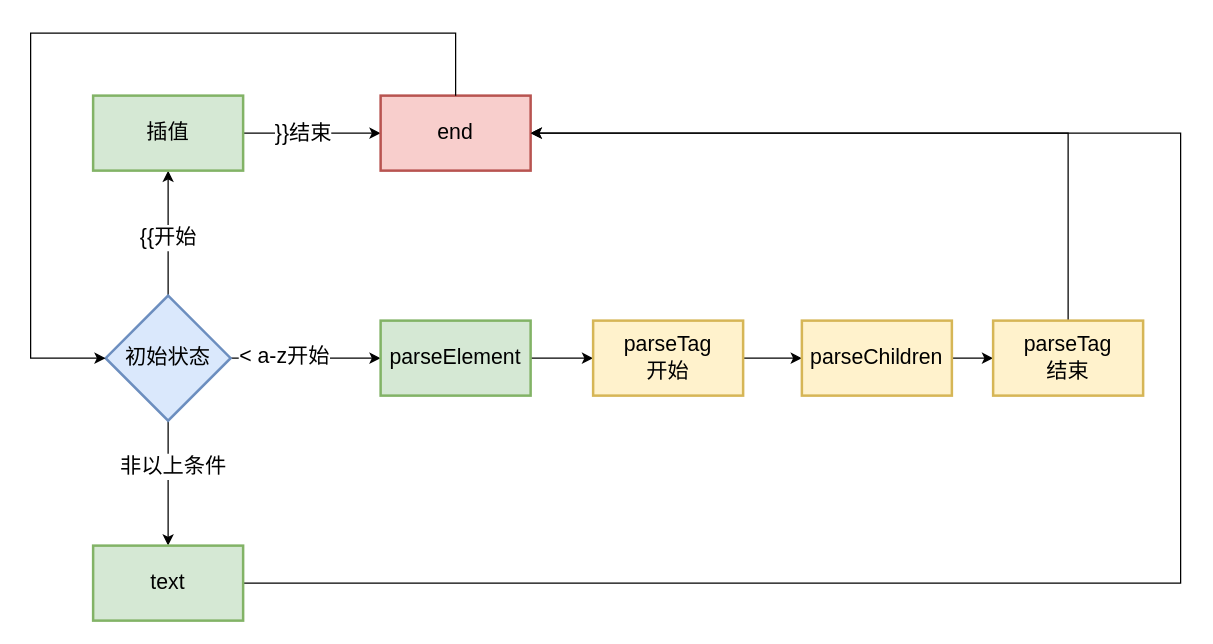
Before: fe/有限状态机.drawio in lorainwings/draw.io, a draw.io diagram. Source tidied: cells renumbered, new cells numbered last; positions are measured from the earlier drawing's top-left corner, leaving out a move shared by most shapes. Both pictures are drawn from the tidied source at 125%, with x=0, y=0 at pixel (30, 32).
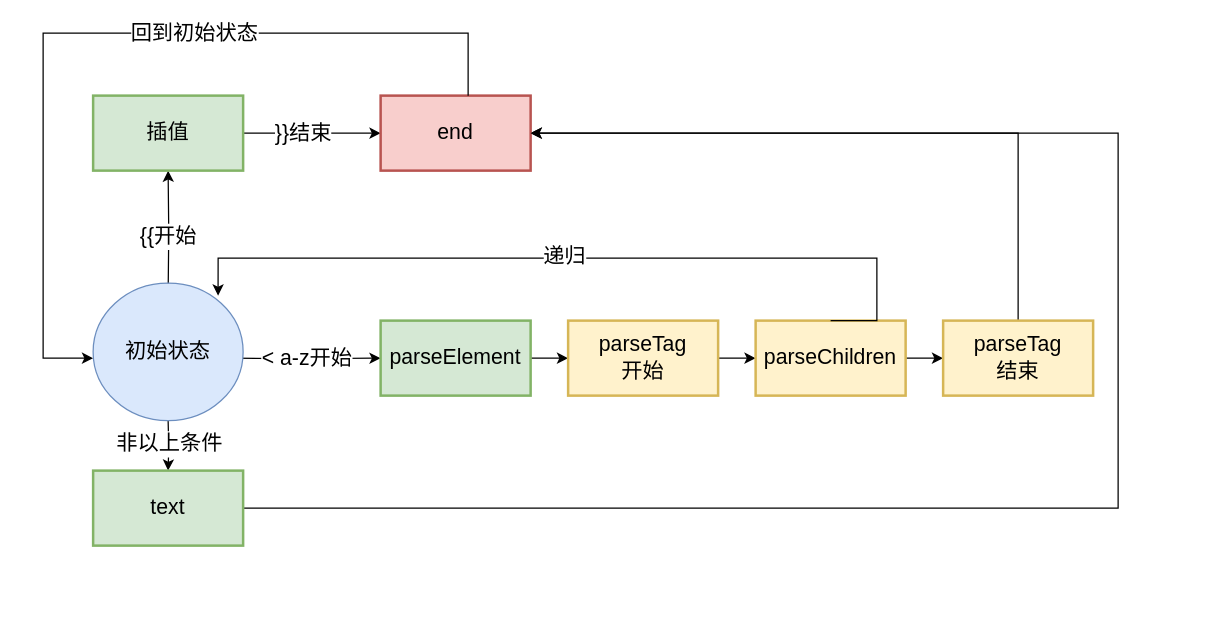
Above is the later version.

Commit message:
更新有限状态机.drawio

Unchanged cells that the change refers to:
```xml
<mxCell id="11" value="插值" style="whiteSpace=wrap;html=1;strokeWidth=2;fontSize=17;fillColor=#d5e8d4;strokeColor=#82b366;" parent="1" vertex="1">
  <mxGeometry x="50" y="50" width="120" height="60" as="geometry" />
</mxCell>
<mxCell id="14" value="end" style="whiteSpace=wrap;html=1;strokeWidth=2;fontSize=17;fillColor=#f8cecc;strokeColor=#b85450;" parent="1" vertex="1">
  <mxGeometry x="280" y="50" width="120" height="60" as="geometry" />
</mxCell>
<mxCell id="17" value="parseElement" style="whiteSpace=wrap;html=1;strokeWidth=2;fontSize=17;fillColor=#d5e8d4;strokeColor=#82b366;" parent="1" vertex="1">
  <mxGeometry x="280" y="230" width="120" height="60" as="geometry" />
</mxCell>
```

What changed in the source:
```diff
@@
-    <mxCell id="2" style="edgeStyle=orthogonalEdgeStyle;rounded=0;jettySize=auto;html=1;fontSize=17;" parent="1" edge="1" source="8" target="11">
-      <mxGeometry relative="1" as="geometry" />
+    <mxCell id="2" style="edgeStyle=orthogonalEdgeStyle;rounded=0;jettySize=auto;html=1;fontSize=17;" parent="1" edge="1" target="11">
+      <mxGeometry relative="1" as="geometry">
+        <mxPoint x="110" y="210" as="sourcePoint" />
+      </mxGeometry>
     </mxCell>
@@
-    <mxCell id="4" style="edgeStyle=orthogonalEdgeStyle;rounded=0;jettySize=auto;html=1;fontSize=17;" parent="1" edge="1" source="8" target="13">
-      <mxGeometry relative="1" as="geometry" />
+    <mxCell id="4" style="edgeStyle=orthogonalEdgeStyle;rounded=0;jettySize=auto;html=1;fontSize=17;" parent="1" edge="1" target="13">
+      <mxGeometry relative="1" as="geometry">
+        <mxPoint x="110" y="310" as="sourcePoint" />
+      </mxGeometry>
     </mxCell>
     <mxCell id="5" value="非以上条件" style="edgeLabel;html=1;align=center;verticalAlign=middle;fontSize=17;" parent="4" vertex="1">
-      <mxGeometry x="-0.28" y="3" relative="1" as="geometry" />
+      <mxGeometry x="-0.28" y="3" relative="1" as="geometry">
+        <mxPoint x="-3" y="4" as="offset" />
+      </mxGeometry>
     </mxCell>
-    <mxCell id="6" style="edgeStyle=orthogonalEdgeStyle;rounded=0;jettySize=auto;html=1;fontSize=17;" parent="1" edge="1" source="8" target="17">
-      <mxGeometry relative="1" as="geometry" />
+    <mxCell id="6" style="edgeStyle=orthogonalEdgeStyle;rounded=0;jettySize=auto;html=1;fontSize=17;" parent="1" edge="1" target="17">
+      <mxGeometry relative="1" as="geometry">
+        <mxPoint x="160" y="260" as="sourcePoint" />
+      </mxGeometry>
     </mxCell>
     <mxCell id="7" value="&amp;lt; a-z开始" style="edgeLabel;html=1;align=center;verticalAlign=middle;fontSize=17;" parent="6" vertex="1">
-      <mxGeometry x="-0.3" y="2" relative="1" as="geometry" />
+      <mxGeometry x="-0.3" y="2" relative="1" as="geometry">
+        <mxPoint x="18" y="2" as="offset" />
+      </mxGeometry>
     </mxCell>
-    <mxCell id="8" value="初始状态" style="strokeWidth=2;html=1;shape=mxgraph.flowchart.decision;whiteSpace=wrap;fontSize=17;fillColor=#dae8fc;strokeColor=#6c8ebf;" parent="1" vertex="1">
-      <mxGeometry x="60" y="210" width="100" height="100" as="geometry" />
-    </mxCell>
@@
     <mxCell id="12" style="edgeStyle=orthogonalEdgeStyle;rounded=0;jettySize=auto;html=1;exitX=1;exitY=0.5;exitDx=0;exitDy=0;entryX=1;entryY=0.5;entryDx=0;entryDy=0;fontSize=17;" parent="1" edge="1" source="13" target="14">
       <mxGeometry relative="1" as="geometry">
         <Array as="points">
-          <mxPoint x="920" y="440" />
-          <mxPoint x="920" y="80" />
+          <mxPoint x="870" y="380" />
+          <mxPoint x="870" y="80" />
         </Array>
       </mxGeometry>
     </mxCell>
     <mxCell id="13" value="text" style="whiteSpace=wrap;html=1;strokeWidth=2;fontSize=17;fillColor=#d5e8d4;strokeColor=#82b366;" parent="1" vertex="1">
-      <mxGeometry x="50" y="410" width="120" height="60" as="geometry" />
+      <mxGeometry x="50" y="350" width="120" height="60" as="geometry" />
     </mxCell>
@@
-    <mxCell id="15" style="edgeStyle=orthogonalEdgeStyle;rounded=0;jettySize=auto;html=1;entryX=0;entryY=0.5;entryDx=0;entryDy=0;entryPerimeter=0;fontSize=17;" parent="1" edge="1" source="14" target="8">
+    <mxCell id="15" style="edgeStyle=orthogonalEdgeStyle;rounded=0;orthogonalLoop=1;jettySize=auto;html=1;fontSize=17;" parent="1" edge="1">
       <mxGeometry relative="1" as="geometry">
+        <mxPoint x="350" y="50" as="sourcePoint" />
+        <mxPoint x="50" y="260" as="targetPoint" />
         <Array as="points">
-          <mxPoint x="340" />
-          <mxPoint />
-          <mxPoint y="260" />
+          <mxPoint x="350" />
+          <mxPoint x="10" />
+          <mxPoint x="10" y="260" />
         </Array>
       </mxGeometry>
     </mxCell>
+    <mxCell id="24" value="回到初始状态" style="edgeLabel;html=1;align=center;verticalAlign=middle;fontSize=17;" parent="15" vertex="1">
+      <mxGeometry x="-0.21" y="-4" relative="1" as="geometry">
+        <mxPoint x="3" y="4" as="offset" />
+      </mxGeometry>
+    </mxCell>
@@
     <mxCell id="19" value="parseTag&lt;br style=&quot;font-size: 17px;&quot;&gt;开始" style="whiteSpace=wrap;html=1;strokeWidth=2;fontSize=17;fillColor=#fff2cc;strokeColor=#d6b656;" parent="1" vertex="1">
-      <mxGeometry x="450" y="230" width="120" height="60" as="geometry" />
+      <mxGeometry x="430" y="230" width="120" height="60" as="geometry" />
     </mxCell>
@@
     <mxCell id="21" value="parseChildren" style="whiteSpace=wrap;html=1;strokeWidth=2;fontSize=17;fillColor=#fff2cc;strokeColor=#d6b656;" parent="1" vertex="1">
-      <mxGeometry x="617" y="230" width="120" height="60" as="geometry" />
+      <mxGeometry x="580" y="230" width="120" height="60" as="geometry" />
     </mxCell>
@@
     <mxCell id="23" value="parseTag&lt;br style=&quot;font-size: 17px;&quot;&gt;结束" style="whiteSpace=wrap;html=1;strokeWidth=2;fontSize=17;fillColor=#fff2cc;strokeColor=#d6b656;" parent="1" vertex="1">
-      <mxGeometry x="770" y="230" width="120" height="60" as="geometry" />
+      <mxGeometry x="730" y="230" width="120" height="60" as="geometry" />
     </mxCell>
+    <mxCell id="8" value="初始状态" style="ellipse;whiteSpace=wrap;html=1;fontSize=17;fillColor=#dae8fc;strokeColor=#6c8ebf;" parent="1" vertex="1">
+      <mxGeometry x="50" y="200" width="120" height="110" as="geometry" />
+    </mxCell>
+    <mxCell id="25" style="edgeStyle=orthogonalEdgeStyle;rounded=0;jettySize=auto;html=1;exitX=0.5;exitY=0;exitDx=0;exitDy=0;entryX=0.833;entryY=0.091;entryDx=0;entryDy=0;entryPerimeter=0;" parent="1" edge="1" source="21" target="8">
+      <mxGeometry relative="1" as="geometry">
+        <Array as="points">
+          <mxPoint x="677" y="180" />
+          <mxPoint x="150" y="180" />
+        </Array>
+      </mxGeometry>
+    </mxCell>
+    <mxCell id="26" value="递归" style="edgeLabel;html=1;align=center;verticalAlign=middle;fontSize=17;" parent="25" vertex="1">
+      <mxGeometry x="0.05" y="-2" relative="1" as="geometry" />
+    </mxCell>
```
